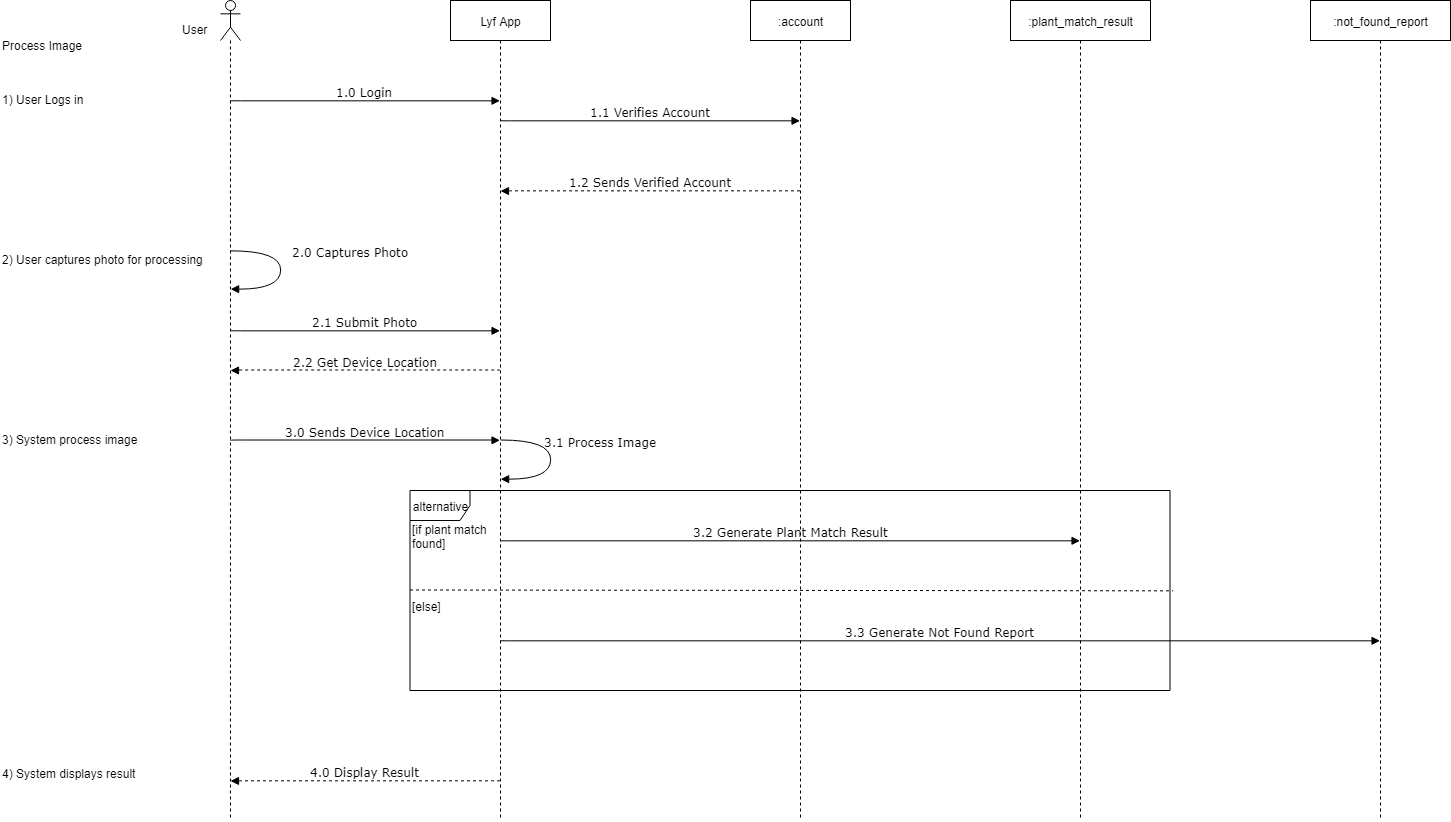
Before: Documentations/Diagrams (Midterms)/Sequence Diagram/Process Image/Sequence Diagram - Process Image.png, a diagram exported from draw.io (seans888/project--lyf). Source tidied: cells renumbered, new cells last; positions are measured from the earlier drawing's top-left corner, leaving out a move shared by most shapes.
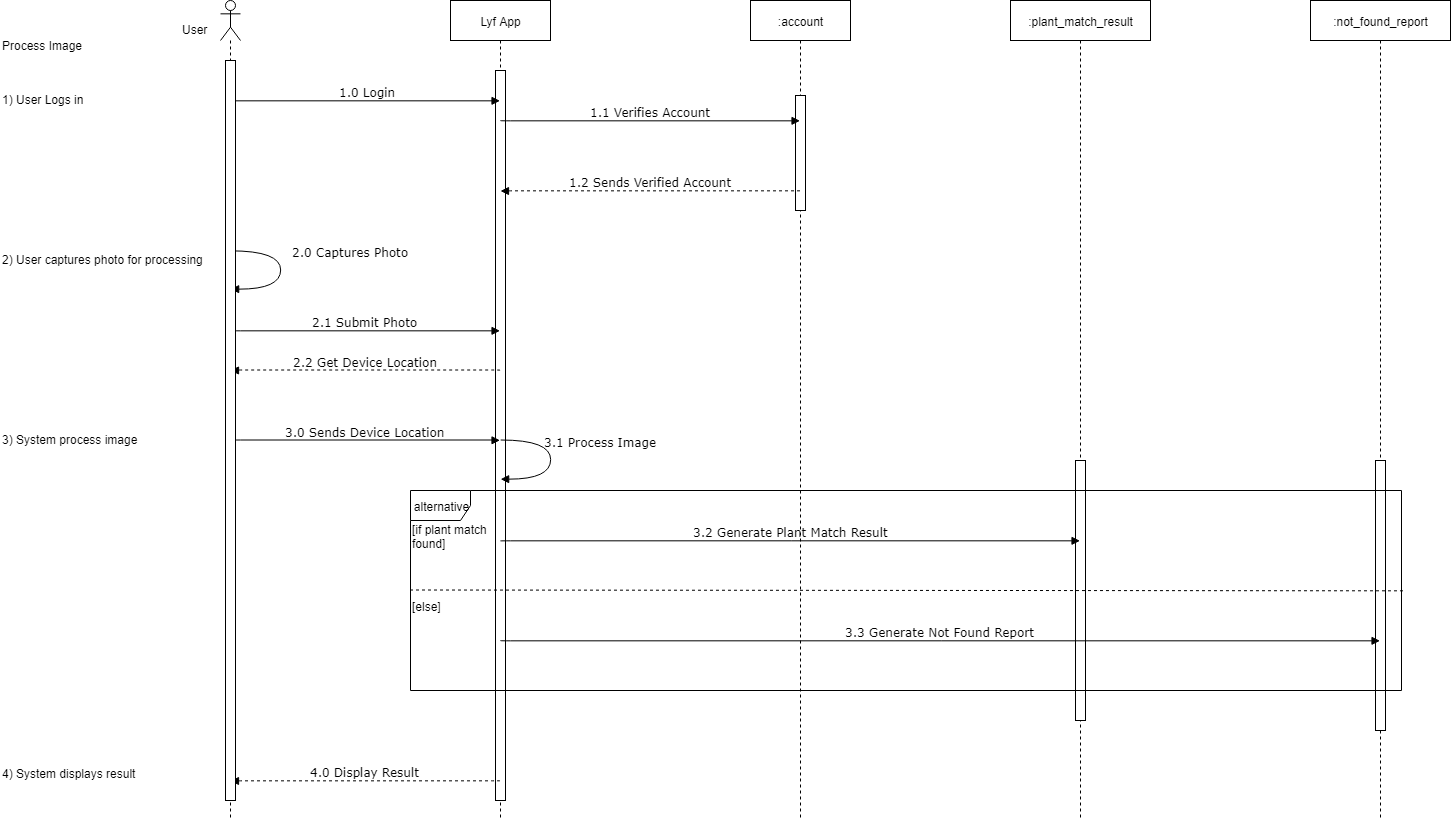
Later version of the same file.

Change to the diagram source:
```diff
@@ -5,6 +5,9 @@
     <mxCell id="2" value="Lyf App" style="shape=umlLifeline;perimeter=lifelinePerimeter;whiteSpace=wrap;html=1;outlineConnect=0;" parent="1" vertex="1">
       <mxGeometry x="450" width="100" height="820" as="geometry" />
     </mxCell>
+    <mxCell id="28" style="html=1;perimeter=orthogonalPerimeter;" parent="2" vertex="1">
+      <mxGeometry x="45" y="70" width="10" height="730" as="geometry" />
+    </mxCell>
     <mxCell id="3" style="shape=umlLifeline;participant=umlActor;perimeter=lifelinePerimeter;whiteSpace=wrap;html=1;verticalAlign=top;spacingTop=36;labelBackgroundColor=#ffffff;outlineConnect=0;" parent="1" vertex="1">
       <mxGeometry x="220" width="20" height="820" as="geometry" />
     </mxCell>
@@ -14,9 +17,15 @@
     <mxCell id="5" value=":plant_match_result" style="shape=umlLifeline;perimeter=lifelinePerimeter;whiteSpace=wrap;html=1;outlineConnect=0;" parent="1" vertex="1">
       <mxGeometry x="1010" width="140" height="820" as="geometry" />
     </mxCell>
+    <mxCell id="29" style="html=1;perimeter=orthogonalPerimeter;" parent="5" vertex="1">
+      <mxGeometry x="65" y="460" width="10" height="260" as="geometry" />
+    </mxCell>
     <mxCell id="6" value=":not_found_report" style="shape=umlLifeline;perimeter=lifelinePerimeter;whiteSpace=wrap;html=1;outlineConnect=0;" parent="1" vertex="1">
       <mxGeometry x="1310" width="140" height="820" as="geometry" />
     </mxCell>
+    <mxCell id="30" style="html=1;perimeter=orthogonalPerimeter;" parent="6" vertex="1">
+      <mxGeometry x="65" y="460" width="10" height="270" as="geometry" />
+    </mxCell>
     <mxCell id="7" value="2.0 Captures Photo" style="html=1;verticalAlign=bottom;endArrow=block;labelBackgroundColor=none;fontFamily=Verdana;fontSize=12;elbow=vertical;edgeStyle=orthogonalEdgeStyle;curved=1;" parent="1" edge="1" source="3">
       <mxGeometry x="-0.27" y="-70" relative="1" as="geometry">
         <mxPoint x="230" y="289" as="targetPoint" />
@@ -56,7 +65,7 @@
       </mxGeometry>
     </mxCell>
     <mxCell id="12" value="alternative" style="shape=umlFrame;whiteSpace=wrap;html=1;" parent="1" vertex="1">
-      <mxGeometry x="409.5" y="490" width="760" height="200" as="geometry" />
+      <mxGeometry x="410" y="490" width="991" height="200" as="geometry" />
     </mxCell>
     <mxCell id="13" value="[if plant match&lt;br&gt;found]&lt;br&gt;" style="text;html=1;align=left;verticalAlign=top;spacingTop=-4;" parent="1" vertex="1">
       <mxGeometry x="409.5" y="520" width="90" height="30" as="geometry" />
@@ -88,9 +97,11 @@
     <mxCell id="19" value=":account" style="shape=umlLifeline;perimeter=lifelinePerimeter;whiteSpace=wrap;html=1;outlineConnect=0;" parent="1" vertex="1">
       <mxGeometry x="750" width="100" height="820" as="geometry" />
     </mxCell>
+    <mxCell id="31" style="html=1;perimeter=orthogonalPerimeter;" parent="19" vertex="1">
+      <mxGeometry x="45" y="95" width="10" height="115" as="geometry" />
+    </mxCell>
-    <mxCell id="20" value="1.0 Login" style="html=1;verticalAlign=bottom;endArrow=block;labelBackgroundColor=none;fontFamily=Verdana;fontSize=12;edgeStyle=elbowEdgeStyle;elbow=vertical;" parent="1" edge="1">
+    <mxCell id="20" value="1.0 Login" style="html=1;verticalAlign=bottom;endArrow=block;labelBackgroundColor=none;fontFamily=Verdana;fontSize=12;edgeStyle=elbowEdgeStyle;elbow=vertical;" parent="1" edge="1" source="32">
       <mxGeometry relative="1" as="geometry">
-        <mxPoint x="230" y="100" as="sourcePoint" />
         <mxPoint x="499.5" y="100.3" as="targetPoint" />
       </mxGeometry>
     </mxCell>
@@ -119,5 +130,8 @@
     <mxCell id="27" value="4) System displays result" style="text;html=1;align=left;verticalAlign=top;spacingTop=-4;" parent="1" vertex="1">
       <mxGeometry y="764" width="150" height="10" as="geometry" />
     </mxCell>
+    <mxCell id="32" style="html=1;points=[];perimeter=orthogonalPerimeter;" parent="1" vertex="1">
+      <mxGeometry x="225" y="60" width="10" height="740" as="geometry" />
+    </mxCell>
   </root>
 </mxGraphModel>
```
